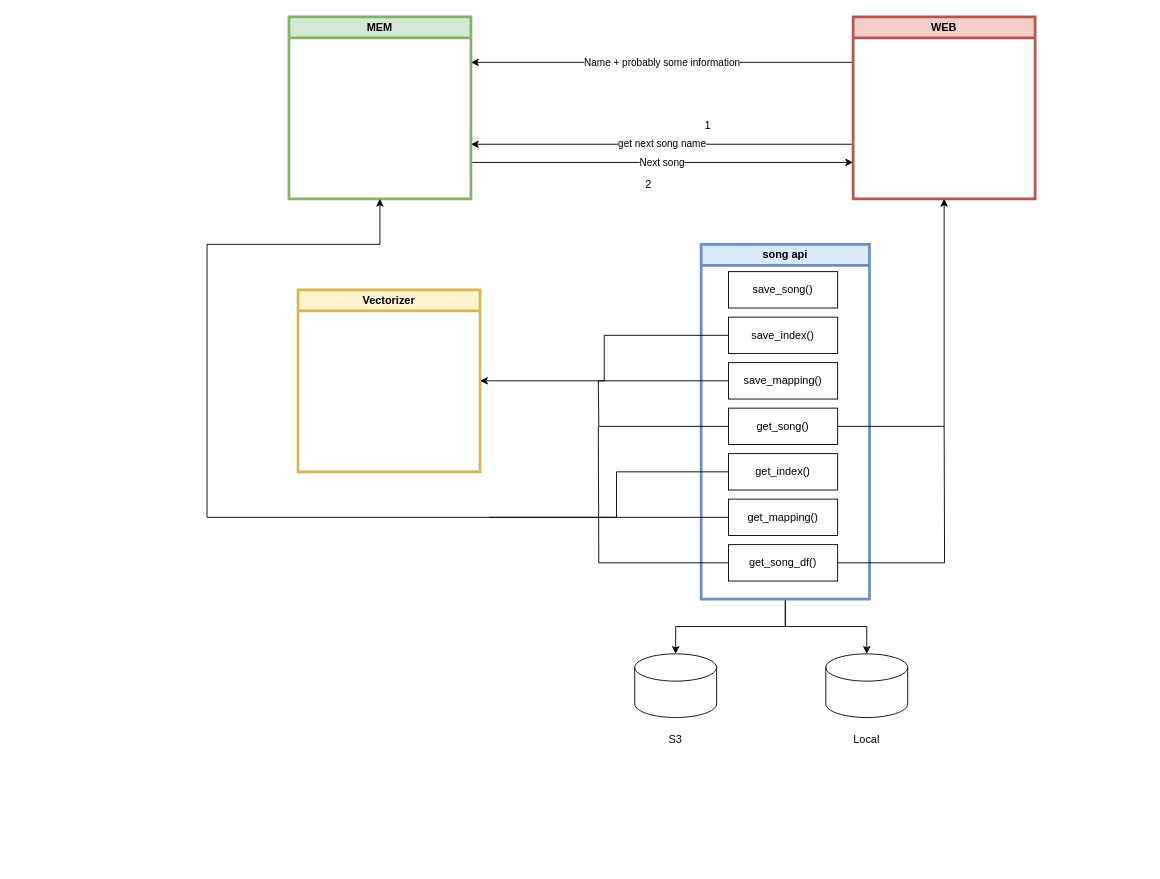
This is documentation/project_structure.drawio from linearbaby/VKR, a draw.io file, before an edit. Source tidied: cells renumbered, new cells numbered last; positions are measured from the earlier drawing's top-left corner, leaving out a move shared by most shapes. Both pictures are drawn from the tidied source at 91%, with x=0, y=0 at pixel (207, 16).
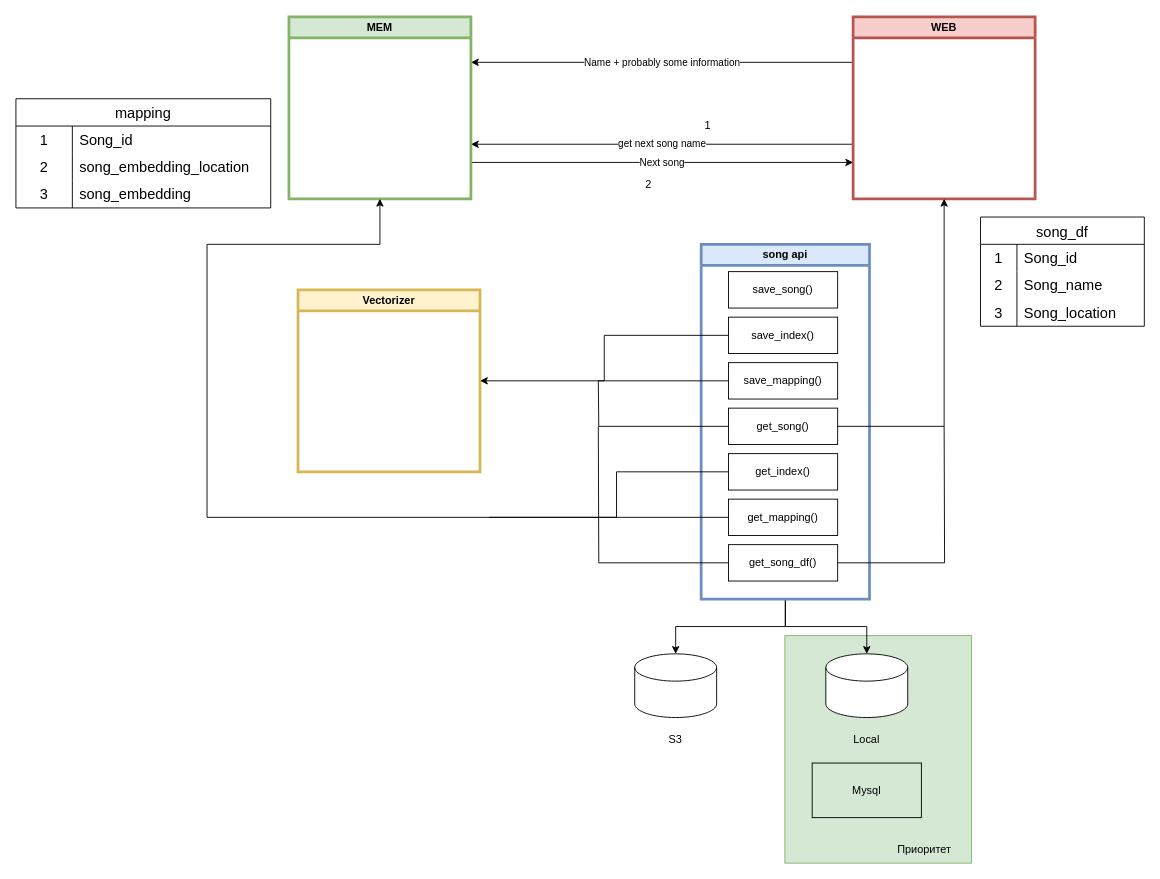
The same page after the edit.

What changed in the source:
```diff
@@
+    <mxCell id="32" style="rounded=0;whiteSpace=wrap;html=1;fillColor=#d5e8d4;strokeColor=#82b366;" parent="1" vertex="1">
+      <mxGeometry x="635" y="680" width="205" height="250" as="geometry" />
+    </mxCell>
@@
+    <mxCell id="5" value="Local" style="text;html=1;strokeColor=none;fillColor=none;align=center;verticalAlign=middle;whiteSpace=wrap;rounded=0;" parent="1" vertex="1">
+      <mxGeometry x="695" y="780" width="60" height="30" as="geometry" />
+    </mxCell>
@@
-    <mxCell id="5" value="Local" style="text;html=1;strokeColor=none;fillColor=none;align=center;verticalAlign=middle;whiteSpace=wrap;rounded=0;" parent="1" vertex="1">
-      <mxGeometry x="695" y="780" width="60" height="30" as="geometry" />
-    </mxCell>
@@
+    <mxCell id="33" value="Mysql" style="rounded=0;whiteSpace=wrap;html=1;fillColor=none;" parent="1" vertex="1">
+      <mxGeometry x="665" y="820" width="120" height="60" as="geometry" />
+    </mxCell>
+    <mxCell id="34" value="Приоритет" style="text;html=1;align=center;verticalAlign=middle;strokeColor=none;fillColor=none;" parent="1" vertex="1">
+      <mxGeometry x="747.5" y="900" width="80" height="30" as="geometry" />
+    </mxCell>
+    <mxCell id="35" value="song_df" style="shape=table;startSize=30;childLayout=tableLayout;rowLines=0;fontStyle=0;strokeColor=default;fontSize=16;fillColor=default;" parent="1" vertex="1">
+      <mxGeometry x="850" y="220" width="180" height="120" as="geometry" />
+    </mxCell>
+    <mxCell id="36" style="shape=tableRow;horizontal=0;startSize=0;swimlaneHead=0;swimlaneBody=0;top=0;left=0;bottom=0;right=0;fillColor=none;strokeColor=inherit;fontSize=16;" parent="35" vertex="1">
+      <mxGeometry y="30" width="180" height="30" as="geometry" />
+    </mxCell>
+    <mxCell id="37" value="1" style="shape=partialRectangle;html=1;whiteSpace=wrap;fillColor=none;top=0;left=0;bottom=0;right=0;overflow=hidden;strokeColor=inherit;fontSize=16;" parent="36" vertex="1">
+      <mxGeometry width="40" height="30" as="geometry" />
+    </mxCell>
+    <mxCell id="38" value="Song_id" style="shape=partialRectangle;html=1;whiteSpace=wrap;fillColor=none;top=0;left=0;bottom=0;right=0;align=left;spacingLeft=6;overflow=hidden;strokeColor=inherit;fontSize=16;" parent="36" vertex="1">
+      <mxGeometry x="40" width="140" height="30" as="geometry" />
+    </mxCell>
+    <mxCell id="39" style="shape=tableRow;horizontal=0;startSize=0;swimlaneHead=0;swimlaneBody=0;top=0;left=0;bottom=0;right=0;fillColor=none;strokeColor=inherit;fontSize=16;" parent="35" vertex="1">
+      <mxGeometry y="60" width="180" height="30" as="geometry" />
+    </mxCell>
+    <mxCell id="40" value="2" style="shape=partialRectangle;html=1;whiteSpace=wrap;fillColor=none;top=0;left=0;bottom=0;right=0;overflow=hidden;strokeColor=inherit;fontSize=16;" parent="39" vertex="1">
+      <mxGeometry width="40" height="30" as="geometry" />
+    </mxCell>
+    <mxCell id="41" value="Song_name" style="shape=partialRectangle;html=1;whiteSpace=wrap;fillColor=none;top=0;left=0;bottom=0;right=0;align=left;spacingLeft=6;overflow=hidden;strokeColor=inherit;fontSize=16;" parent="39" vertex="1">
+      <mxGeometry x="40" width="140" height="30" as="geometry" />
+    </mxCell>
+    <mxCell id="42" style="shape=tableRow;horizontal=0;startSize=0;swimlaneHead=0;swimlaneBody=0;top=0;left=0;bottom=0;right=0;fillColor=none;strokeColor=inherit;fontSize=16;" parent="35" vertex="1">
+      <mxGeometry y="90" width="180" height="30" as="geometry" />
+    </mxCell>
+    <mxCell id="43" value="3" style="shape=partialRectangle;html=1;whiteSpace=wrap;fillColor=none;top=0;left=0;bottom=0;right=0;overflow=hidden;strokeColor=inherit;fontSize=16;" parent="42" vertex="1">
+      <mxGeometry width="40" height="30" as="geometry" />
+    </mxCell>
+    <mxCell id="44" value="Song_location" style="shape=partialRectangle;html=1;whiteSpace=wrap;fillColor=none;top=0;left=0;bottom=0;right=0;align=left;spacingLeft=6;overflow=hidden;strokeColor=inherit;fontSize=16;" parent="42" vertex="1">
+      <mxGeometry x="40" width="140" height="30" as="geometry" />
+    </mxCell>
+    <mxCell id="45" value="mapping" style="shape=table;startSize=30;childLayout=tableLayout;rowLines=0;fontStyle=0;strokeColor=default;fontSize=16;fillColor=default;" parent="1" vertex="1">
+      <mxGeometry x="-210" y="90" width="280" height="120" as="geometry" />
+    </mxCell>
+    <mxCell id="46" style="shape=tableRow;horizontal=0;startSize=0;swimlaneHead=0;swimlaneBody=0;top=0;left=0;bottom=0;right=0;fillColor=none;strokeColor=inherit;fontSize=16;" parent="45" vertex="1">
+      <mxGeometry y="30" width="280" height="30" as="geometry" />
+    </mxCell>
+    <mxCell id="47" value="1" style="shape=partialRectangle;html=1;whiteSpace=wrap;fillColor=none;top=0;left=0;bottom=0;right=0;overflow=hidden;strokeColor=inherit;fontSize=16;" parent="46" vertex="1">
+      <mxGeometry width="62" height="30" as="geometry" />
+    </mxCell>
+    <mxCell id="48" value="Song_id" style="shape=partialRectangle;html=1;whiteSpace=wrap;fillColor=none;top=0;left=0;bottom=0;right=0;align=left;spacingLeft=6;overflow=hidden;strokeColor=inherit;fontSize=16;" parent="46" vertex="1">
+      <mxGeometry x="62" width="218" height="30" as="geometry" />
+    </mxCell>
+    <mxCell id="49" style="shape=tableRow;horizontal=0;startSize=0;swimlaneHead=0;swimlaneBody=0;top=0;left=0;bottom=0;right=0;fillColor=none;strokeColor=inherit;fontSize=16;" parent="45" vertex="1">
+      <mxGeometry y="60" width="280" height="30" as="geometry" />
+    </mxCell>
+    <mxCell id="50" value="2" style="shape=partialRectangle;html=1;whiteSpace=wrap;fillColor=none;top=0;left=0;bottom=0;right=0;overflow=hidden;strokeColor=inherit;fontSize=16;" parent="49" vertex="1">
+      <mxGeometry width="62" height="30" as="geometry" />
+    </mxCell>
+    <mxCell id="51" value="song_embedding_location" style="shape=partialRectangle;html=1;whiteSpace=wrap;fillColor=none;top=0;left=0;bottom=0;right=0;align=left;spacingLeft=6;overflow=hidden;strokeColor=inherit;fontSize=16;" parent="49" vertex="1">
+      <mxGeometry x="62" width="218" height="30" as="geometry" />
+    </mxCell>
+    <mxCell id="52" style="shape=tableRow;horizontal=0;startSize=0;swimlaneHead=0;swimlaneBody=0;top=0;left=0;bottom=0;right=0;fillColor=none;strokeColor=inherit;fontSize=16;" parent="45" vertex="1">
+      <mxGeometry y="90" width="280" height="30" as="geometry" />
+    </mxCell>
+    <mxCell id="53" value="3" style="shape=partialRectangle;html=1;whiteSpace=wrap;fillColor=none;top=0;left=0;bottom=0;right=0;overflow=hidden;strokeColor=inherit;fontSize=16;" parent="52" vertex="1">
+      <mxGeometry width="62" height="30" as="geometry" />
+    </mxCell>
+    <mxCell id="54" value="song_embedding" style="shape=partialRectangle;html=1;whiteSpace=wrap;fillColor=none;top=0;left=0;bottom=0;right=0;align=left;spacingLeft=6;overflow=hidden;strokeColor=inherit;fontSize=16;" parent="52" vertex="1">
+      <mxGeometry x="62" width="218" height="30" as="geometry" />
+    </mxCell>
```
